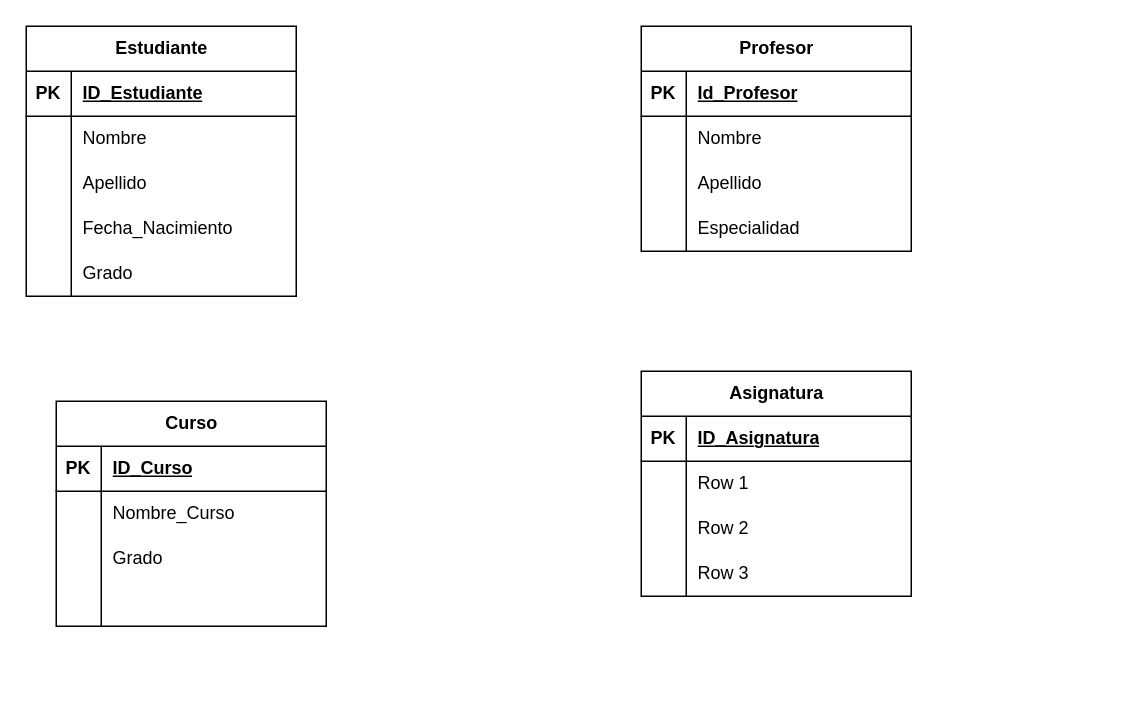
Above: Diagrama sin título.drawio in alexhernandez0622/modelosER (draw.io), before the change. Source tidied: cells renumbered, new cells numbered last; positions are measured from the earlier drawing's top-left corner, leaving out a move shared by most shapes. Both pictures are drawn from the tidied source at 150%, with x=0, y=0 at pixel (26, 26).
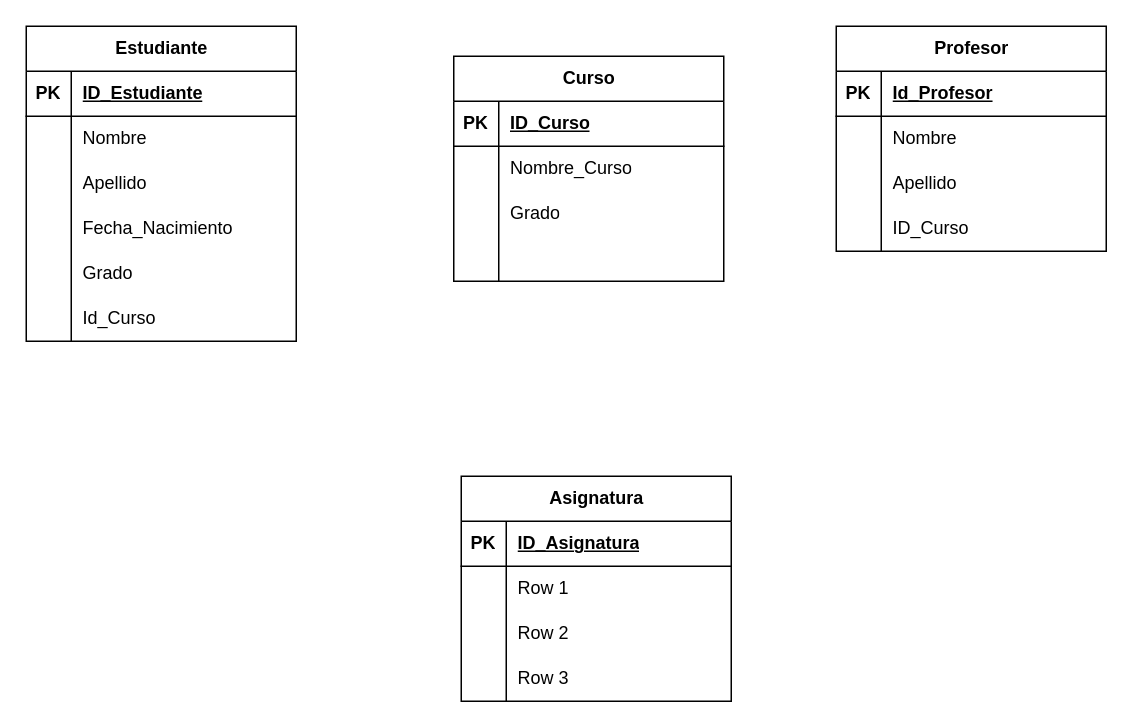
The same page after the edit.

The change refers to these unchanged cells:
```xml
<mxCell id="28" style="shape=tableRow;horizontal=0;startSize=0;swimlaneHead=0;swimlaneBody=0;fillColor=none;top=0;left=0;right=0;bottom=0;" parent="18" vertex="1">
  <mxGeometry y="120" width="180" height="30" as="geometry" />
</mxCell>
```

Diff of the diagram source:
```diff
@@
     <mxCell id="2" value="Estudiante" style="shape=table;startSize=30;childLayout=tableLayout;rowLines=0;fontStyle=1;align=center;html=1;" parent="1" vertex="1">
-      <mxGeometry width="180" height="180" as="geometry" />
+      <mxGeometry width="180" height="210" as="geometry" />
     </mxCell>
@@
+    <mxCell id="57" style="shape=tableRow;horizontal=0;startSize=0;swimlaneHead=0;swimlaneBody=0;fillColor=none;top=0;left=0;right=0;bottom=0;" parent="2" vertex="1">
+      <mxGeometry y="180" width="180" height="30" as="geometry" />
+    </mxCell>
+    <mxCell id="58" style="shape=partialRectangle;fillColor=none;top=0;left=0;bottom=0;right=0;overflow=hidden;whiteSpace=wrap;html=1;" parent="57" vertex="1">
+      <mxGeometry width="30" height="30" as="geometry" />
+    </mxCell>
+    <mxCell id="59" value="Id_Curso" style="shape=partialRectangle;fillColor=none;top=0;left=0;bottom=0;right=0;align=left;spacingLeft=6;overflow=hidden;whiteSpace=wrap;html=1;" parent="57" vertex="1">
+      <mxGeometry x="30" width="150" height="30" as="geometry" />
+    </mxCell>
     <mxCell id="18" value="Profesor" style="shape=table;startSize=30;childLayout=tableLayout;rowLines=0;fontStyle=1;align=center;html=1;" parent="1" vertex="1">
-      <mxGeometry x="410" width="180" height="150" as="geometry" />
+      <mxGeometry x="540" width="180" height="150" as="geometry" />
     </mxCell>
@@
-    <mxCell id="30" value="Especialidad" style="shape=partialRectangle;fillColor=none;top=0;left=0;bottom=0;right=0;align=left;spacingLeft=6;overflow=hidden;whiteSpace=wrap;html=1;" parent="28" vertex="1">
+    <mxCell id="30" value="ID_Curso" style="shape=partialRectangle;fillColor=none;top=0;left=0;bottom=0;right=0;align=left;spacingLeft=6;overflow=hidden;whiteSpace=wrap;html=1;" parent="28" vertex="1">
       <mxGeometry x="30" width="150" height="30" as="geometry" />
     </mxCell>
     <mxCell id="31" value="Curso" style="shape=table;startSize=30;childLayout=tableLayout;rowLines=0;fontStyle=1;align=center;html=1;" parent="1" vertex="1">
-      <mxGeometry x="20" y="250" width="180" height="150" as="geometry" />
+      <mxGeometry x="285" y="20" width="180" height="150" as="geometry" />
     </mxCell>
@@
     <mxCell id="44" value="Asignatura" style="shape=table;startSize=30;childLayout=tableLayout;rowLines=0;fontStyle=1;align=center;html=1;" parent="1" vertex="1">
-      <mxGeometry x="410" y="230" width="180" height="150" as="geometry" />
+      <mxGeometry x="290" y="300" width="180" height="150" as="geometry" />
     </mxCell>
```
